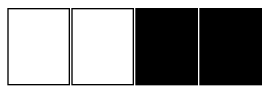
Earlier version of the Graphviz export grafica.png (Dgo45921/IPC2_Proyecto1_202003585). Its source is kept beside it as grafica.dot.
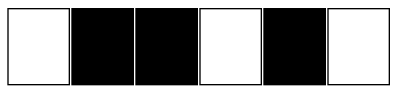
After the commit.

Change to the diagram source:
```diff
@@ -4,8 +4,10 @@
  <TABLE BORDER="0" CELLBORDER="1" CELLSPACING="2.5" CELLPADDING="20">
     <TR>
  <TD> </TD>
+ <TD BGCOLOR="black"> </TD>
+ <TD BGCOLOR="black"> </TD>
  <TD> </TD>
  <TD BGCOLOR="black"> </TD>
- <TD BGCOLOR="black"> </TD>
+ <TD> </TD>
 </TR>
 </TABLE>>];}
```
